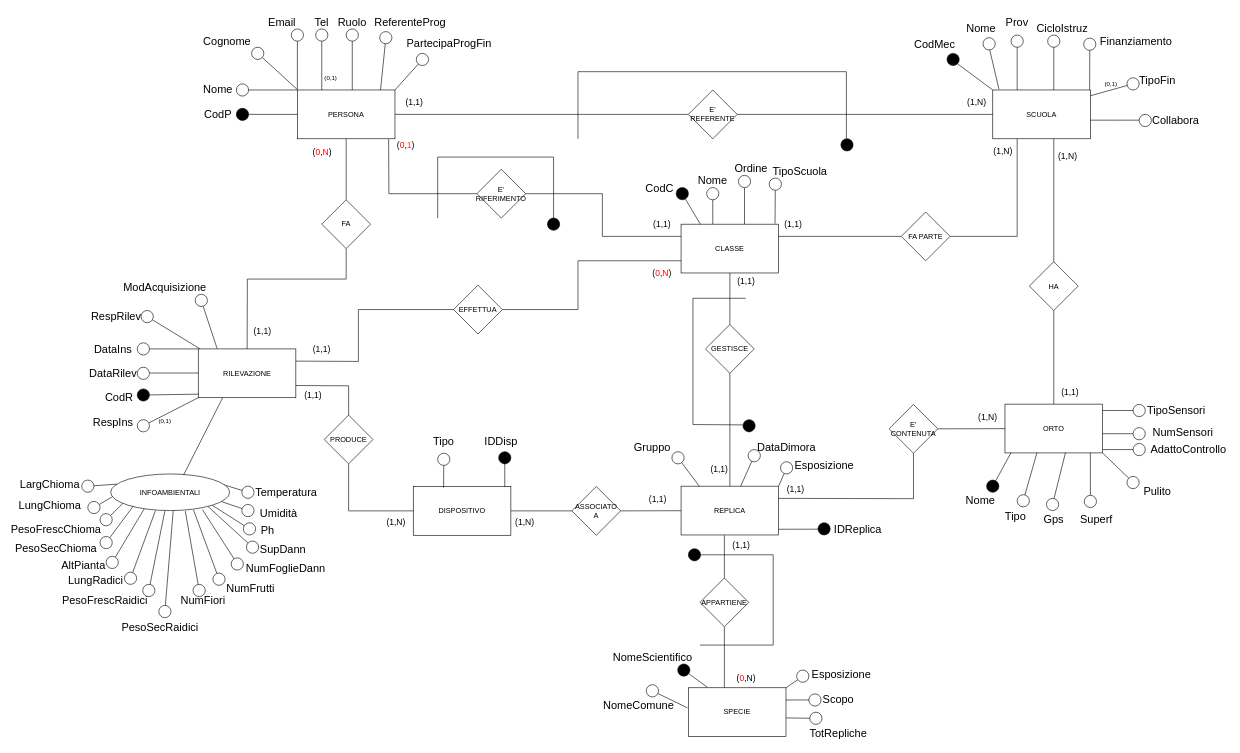
pizzo-kyle/unige keeps this draw.io diagram as BD_ER_2023.drawio. Above is the earlier version. Source tidied: cells renumbered, new cells numbered last; positions are measured from the earlier drawing's top-left corner, leaving out a move shared by most shapes. Both pictures are drawn from the tidied source at 61%, with x=0, y=0 at pixel (36, 10).
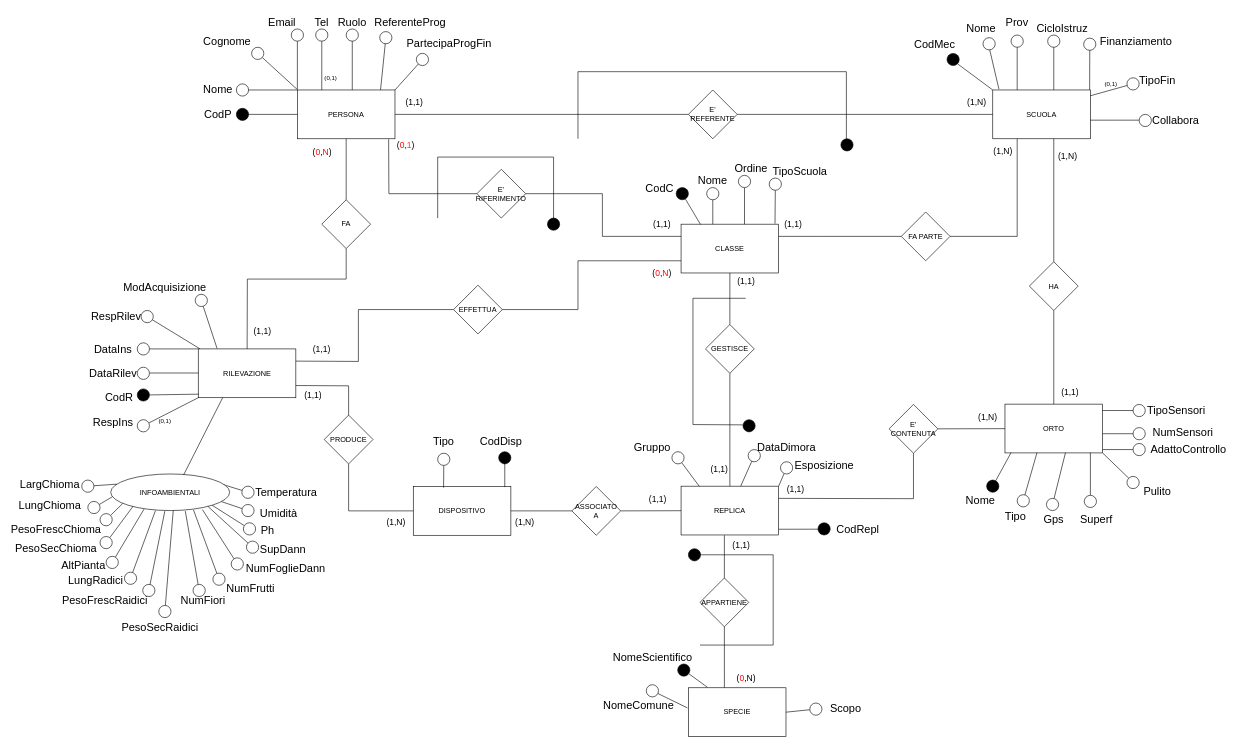
Above is the later version.

The change refers to these unchanged cells:
```xml
<mxCell id="172" value="SPECIE" style="rounded=0;whiteSpace=wrap;html=1;" parent="1" vertex="1">
  <mxGeometry x="1069" y="1110" width="160" height="80" as="geometry" />
</mxCell>
```

What changed in the source:
```diff
@@
-    <mxCell id="72" value="&lt;span style=&quot;font-size: 18px;&quot;&gt;IDReplica&lt;/span&gt;" style="text;html=1;strokeColor=none;fillColor=none;align=center;verticalAlign=middle;whiteSpace=wrap;rounded=0;" parent="1" vertex="1">
+    <mxCell id="72" value="&lt;span style=&quot;font-size: 18px;&quot;&gt;CodRepl&lt;/span&gt;" style="text;html=1;strokeColor=none;fillColor=none;align=center;verticalAlign=middle;whiteSpace=wrap;rounded=0;" parent="1" vertex="1">
       <mxGeometry x="1316.5" y="835.5" width="60" height="30" as="geometry" />
     </mxCell>
@@
-    <mxCell id="155" value="&lt;span style=&quot;font-size: 18px;&quot;&gt;IDDisp&lt;/span&gt;" style="text;html=1;strokeColor=none;fillColor=none;align=center;verticalAlign=middle;whiteSpace=wrap;rounded=0;" parent="1" vertex="1">
+    <mxCell id="155" value="&lt;span style=&quot;font-size: 18px;&quot;&gt;CodDisp&lt;/span&gt;" style="text;html=1;strokeColor=none;fillColor=none;align=center;verticalAlign=middle;whiteSpace=wrap;rounded=0;" parent="1" vertex="1">
       <mxGeometry x="737.3" y="691" width="50" height="30" as="geometry" />
     </mxCell>
@@
-    <mxCell id="173" style="ellipse;whiteSpace=wrap;html=1;fillColor=#FFFFFF;direction=south;gradientColor=none;" parent="1" vertex="1">
-      <mxGeometry x="1268" y="1150" width="20" height="20" as="geometry" />
-    </mxCell>
     <mxCell id="174" value="&lt;span style=&quot;font-size: 18px;&quot;&gt;Scopo&lt;/span&gt;" style="text;html=1;strokeColor=none;fillColor=none;align=center;verticalAlign=middle;whiteSpace=wrap;rounded=0;" parent="1" vertex="1">
-      <mxGeometry x="1290" y="1115" width="50" height="30" as="geometry" />
+      <mxGeometry x="1301.5" y="1130" width="50" height="30" as="geometry" />
     </mxCell>
@@
-    <mxCell id="176" style="endArrow=none;html=1;rounded=0;entryX=1;entryY=0;entryDx=0;entryDy=0;" parent="1" edge="1" source="177" target="172">
-      <mxGeometry relative="1" as="geometry" />
-    </mxCell>
-    <mxCell id="177" style="ellipse;whiteSpace=wrap;html=1;fillColor=#FFFFFF;direction=south;gradientColor=none;" parent="1" vertex="1">
-      <mxGeometry x="1246.5" y="1081" width="20" height="20" as="geometry" />
-    </mxCell>
-    <mxCell id="178" style="endArrow=none;html=1;rounded=0;entryX=1;entryY=0.25;entryDx=0;entryDy=0;" parent="1" edge="1" source="179" target="172">
+    <mxCell id="178" style="endArrow=none;html=1;rounded=0;entryX=1;entryY=0.5;entryDx=0;entryDy=0;" parent="1" edge="1" source="179" target="172">
       <mxGeometry relative="1" as="geometry" />
     </mxCell>
     <mxCell id="179" style="ellipse;whiteSpace=wrap;html=1;fillColor=#FFFFFF;direction=south;gradientColor=none;" parent="1" vertex="1">
-      <mxGeometry x="1266.5" y="1120" width="20" height="20" as="geometry" />
+      <mxGeometry x="1268" y="1135" width="20" height="20" as="geometry" />
     </mxCell>
-    <mxCell id="180" style="endArrow=none;html=1;rounded=0;exitX=1.004;exitY=0.605;exitDx=0;exitDy=0;exitPerimeter=0;entryX=0.5;entryY=1;entryDx=0;entryDy=0;" parent="1" edge="1" target="173">
-      <mxGeometry relative="1" as="geometry">
-        <mxPoint x="1229.6" y="1159.4" as="sourcePoint" />
-      </mxGeometry>
-    </mxCell>
@@
-    <mxCell id="185" value="&lt;span style=&quot;font-size: 18px;&quot;&gt;TotRepliche&lt;/span&gt;" style="text;html=1;strokeColor=none;fillColor=none;align=center;verticalAlign=middle;whiteSpace=wrap;rounded=0;" parent="1" vertex="1">
-      <mxGeometry x="1290" y="1170" width="50" height="30" as="geometry" />
-    </mxCell>
@@
-    <mxCell id="188" value="&lt;span style=&quot;font-size: 18px;&quot;&gt;Esposizione&lt;/span&gt;" style="text;html=1;strokeColor=none;fillColor=none;align=center;verticalAlign=middle;whiteSpace=wrap;rounded=0;" parent="1" vertex="1">
-      <mxGeometry x="1295" y="1073" width="50" height="30" as="geometry" />
-    </mxCell>
```
